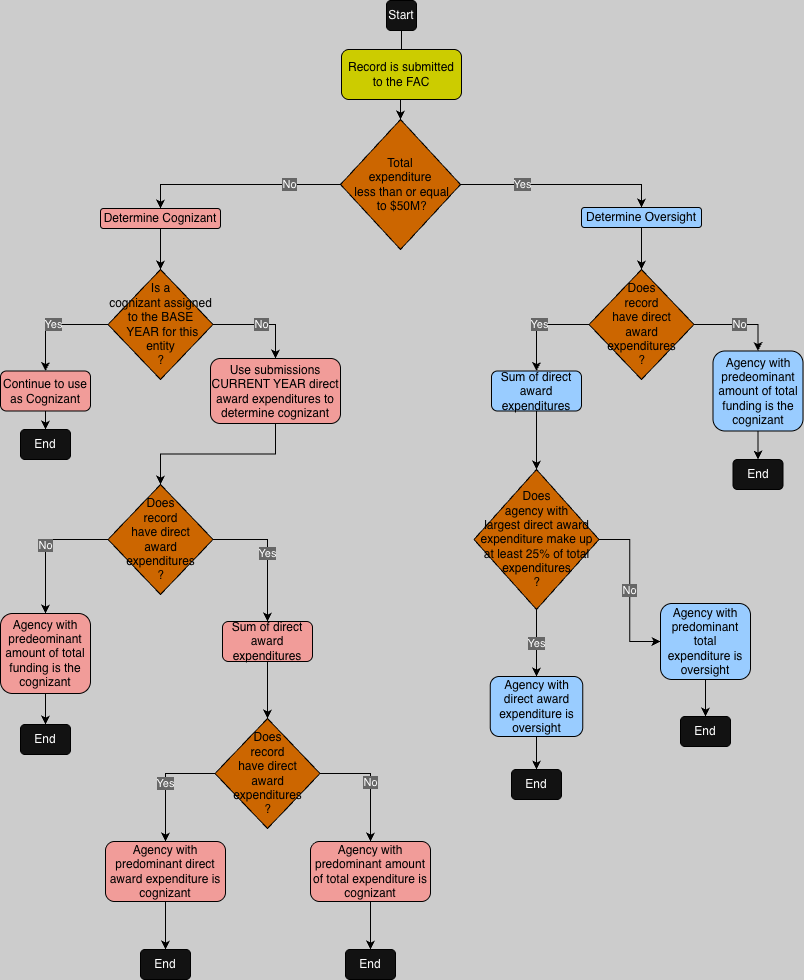
The draw.io diagram docs/cog_over.png in GSA-TTS/FAC, before a commit. Source tidied: cells renumbered, new cells last; positions are measured from the earlier drawing's top-left corner, leaving out a move shared by most shapes. The source it was exported from:
```xml
<mxGraphModel background="light-dark(#FFFFFF,#CCCCCC)">
  <root>
    <mxCell id="0" />
    <mxCell id="1" parent="0" />
    <mxCell id="2" value="Start" style="whiteSpace=wrap;html=1;labelBorderColor=none;strokeColor=light-dark(#FFFFFF,#000000);rounded=1;" parent="1" vertex="1">
      <mxGeometry x="386" width="30" height="30" as="geometry" />
    </mxCell>
    <mxCell id="3" value="End" style="rounded=1;whiteSpace=wrap;html=1;strokeColor=light-dark(#FFFFFF,#000000);" parent="1" vertex="1">
      <mxGeometry x="732.5" y="459" width="50" height="30" as="geometry" />
    </mxCell>
    <mxCell id="4" value="End" style="rounded=1;whiteSpace=wrap;html=1;strokeColor=light-dark(#FFFFFF,#000000);" parent="1" vertex="1">
      <mxGeometry x="20" y="429" width="50" height="30" as="geometry" />
    </mxCell>
    <mxCell id="5" value="Record is submitted to the FAC" style="rounded=1;whiteSpace=wrap;html=1;fillColor=light-dark(#FFFFFF,#CCCC00);strokeColor=light-dark(#FFFFFF,#000000);fontColor=light-dark(#FFFFFF,#000000);" parent="1" vertex="1">
      <mxGeometry x="341" y="49" width="120" height="50" as="geometry" />
    </mxCell>
    <mxCell id="6" style="endArrow=none;html=1;rounded=0;elbow=vertical;exitX=0.5;exitY=1;exitDx=0;exitDy=0;entryX=0.5;entryY=0;entryDx=0;entryDy=0;strokeColor=light-dark(#FFFFFF,#000000);" parent="1" edge="1" source="2" target="5">
      <mxGeometry relative="1" as="geometry" />
    </mxCell>
    <mxCell id="7" style="edgeStyle=orthogonalEdgeStyle;rounded=0;jettySize=auto;html=1;exitX=0;exitY=0.5;exitDx=0;exitDy=0;exitPerimeter=0;entryX=0.5;entryY=0;entryDx=0;entryDy=0;strokeColor=light-dark(#FFFFFF,#000000);" parent="1" edge="1" source="11" target="12">
      <mxGeometry relative="1" as="geometry" />
    </mxCell>
    <mxCell id="8" value="&lt;span style=&quot;background-color: light-dark(rgb(255, 255, 255), rgb(102, 102, 102));&quot;&gt;No&lt;/span&gt;" style="edgeLabel;html=1;align=center;verticalAlign=middle;" parent="7" vertex="1">
      <mxGeometry x="-0.49" y="-1" relative="1" as="geometry" />
    </mxCell>
    <mxCell id="9" style="edgeStyle=orthogonalEdgeStyle;rounded=0;jettySize=auto;html=1;exitX=1;exitY=0.5;exitDx=0;exitDy=0;exitPerimeter=0;entryX=0.5;entryY=0;entryDx=0;entryDy=0;strokeColor=light-dark(#FFFFFF,#000000);" parent="1" edge="1" source="11" target="13">
      <mxGeometry relative="1" as="geometry" />
    </mxCell>
    <mxCell id="10" value="&lt;span style=&quot;background-color: light-dark(rgb(255, 255, 255), rgb(102, 102, 102));&quot;&gt;Yes&lt;/span&gt;" style="edgeLabel;html=1;align=center;verticalAlign=middle;" parent="9" vertex="1">
      <mxGeometry x="-0.4" y="1" relative="1" as="geometry" />
    </mxCell>
    <mxCell id="11" value="Total &lt;br&gt;expenditure&lt;br&gt;&amp;nbsp;less than or equal&lt;br&gt;&amp;nbsp;to $50M?" style="strokeWidth=1;html=1;shape=mxgraph.flowchart.decision;whiteSpace=wrap;fillColor=light-dark(#FFFFFF,#CC6600);fontColor=light-dark(#FFFFFF,#000000);strokeColor=light-dark(#FFFFFF,#000000);" parent="1" vertex="1">
      <mxGeometry x="340" y="119" width="120" height="130" as="geometry" />
    </mxCell>
    <mxCell id="12" value="Determine Cognizant" style="rounded=1;whiteSpace=wrap;html=1;fillColor=light-dark(#FFFFFF,#F19C99);fontColor=light-dark(#FFFFFF,#000000);strokeColor=light-dark(#FFFFFF,#000000);" parent="1" vertex="1">
      <mxGeometry x="100" y="208" width="120" height="20" as="geometry" />
    </mxCell>
    <mxCell id="13" value="Determine Oversight" style="rounded=1;whiteSpace=wrap;html=1;fillColor=light-dark(#FFFFFF,#99CCFF);strokeColor=light-dark(#FFFFFF,#000000);fontColor=light-dark(#FFFFFF,#000000);" parent="1" vertex="1">
      <mxGeometry x="581" y="207" width="120" height="20" as="geometry" />
    </mxCell>
    <mxCell id="14" value="&lt;span style=&quot;background-color: light-dark(rgb(255, 255, 255), rgb(102, 102, 102));&quot;&gt;Yes&lt;/span&gt;" style="edgeStyle=orthogonalEdgeStyle;rounded=0;orthogonalLoop=1;jettySize=auto;html=1;exitX=0;exitY=0.5;exitDx=0;exitDy=0;exitPerimeter=0;entryX=0.5;entryY=0;entryDx=0;entryDy=0;strokeColor=light-dark(#FFFFFF,#000000);" parent="1" edge="1">
      <mxGeometry relative="1" as="geometry">
        <mxPoint x="107.5" y="324" as="sourcePoint" />
        <mxPoint x="45" y="370.5" as="targetPoint" />
      </mxGeometry>
    </mxCell>
    <mxCell id="15" value="No" style="edgeStyle=orthogonalEdgeStyle;rounded=0;jettySize=auto;html=1;exitX=1;exitY=0.5;exitDx=0;exitDy=0;exitPerimeter=0;strokeColor=light-dark(#FFFFFF,#000000);labelBackgroundColor=light-dark(#FFFFFF,#666666);" parent="1" edge="1" source="16" target="19">
      <mxGeometry relative="1" as="geometry" />
    </mxCell>
    <mxCell id="16" value="Is a &lt;br&gt;cognizant assigned to the BASE&lt;br&gt;&amp;nbsp;YEAR for this &lt;br&gt;entity&lt;br&gt;?" style="strokeWidth=1;html=1;shape=mxgraph.flowchart.decision;whiteSpace=wrap;fillColor=light-dark(#FFFFFF,#CC6600);fontColor=light-dark(#FFFFFF,#000000);strokeColor=light-dark(#FFFFFF,#000000);" parent="1" vertex="1">
      <mxGeometry x="107.5" y="269" width="105" height="110" as="geometry" />
    </mxCell>
    <mxCell id="17" style="edgeStyle=orthogonalEdgeStyle;rounded=0;jettySize=auto;html=1;exitX=0.5;exitY=1;exitDx=0;exitDy=0;entryX=0.5;entryY=0;entryDx=0;entryDy=0;strokeColor=light-dark(#FFFFFF,#000000);" parent="1" edge="1" source="18" target="4">
      <mxGeometry relative="1" as="geometry" />
    </mxCell>
    <mxCell id="18" value="Continue to use as Cognizant" style="rounded=1;whiteSpace=wrap;html=1;fillColor=light-dark(#FFFFFF,#F19C99);fontColor=light-dark(#FFFFFF,#000000);strokeColor=light-dark(#FFFFFF,#000000);" parent="1" vertex="1">
      <mxGeometry y="370.5" width="90" height="40" as="geometry" />
    </mxCell>
    <mxCell id="19" value="Use submissions CURRENT YEAR direct award expenditures to determine cognizant" style="rounded=1;whiteSpace=wrap;html=1;fillColor=light-dark(#FFFFFF,#F19C99);fontColor=light-dark(#FFFFFF,#000000);strokeColor=light-dark(#FFFFFF,#000000);" parent="1" vertex="1">
      <mxGeometry x="210" y="358" width="130" height="65" as="geometry" />
    </mxCell>
    <mxCell id="20" value="&lt;span style=&quot;background-color: light-dark(rgb(255, 255, 255), rgb(102, 102, 102));&quot;&gt;Yes&lt;/span&gt;" style="edgeStyle=orthogonalEdgeStyle;rounded=0;jettySize=auto;html=1;exitX=1;exitY=0.5;exitDx=0;exitDy=0;exitPerimeter=0;entryX=0.5;entryY=0;entryDx=0;entryDy=0;strokeColor=light-dark(#FFFFFF,#000000);" parent="1" edge="1" source="22" target="25">
      <mxGeometry relative="1" as="geometry" />
    </mxCell>
    <mxCell id="21" value="&lt;span style=&quot;background-color: light-dark(rgb(255, 255, 255), rgb(102, 102, 102));&quot;&gt;No&lt;/span&gt;" style="edgeStyle=orthogonalEdgeStyle;rounded=0;jettySize=auto;html=1;exitX=0;exitY=0.5;exitDx=0;exitDy=0;exitPerimeter=0;entryX=0.5;entryY=0;entryDx=0;entryDy=0;strokeColor=light-dark(#FFFFFF,#000000);" parent="1" edge="1" source="22" target="24">
      <mxGeometry relative="1" as="geometry" />
    </mxCell>
    <mxCell id="22" value="Does &lt;br&gt;record &lt;br&gt;have direct &lt;br&gt;award expenditures&lt;br&gt;?" style="strokeWidth=1;html=1;shape=mxgraph.flowchart.decision;whiteSpace=wrap;fillColor=light-dark(#FFFFFF,#CC6600);fontColor=light-dark(#FFFFFF,#000000);strokeColor=light-dark(#FFFFFF,#000000);" parent="1" vertex="1">
      <mxGeometry x="107.5" y="484" width="105" height="110" as="geometry" />
    </mxCell>
    <mxCell id="23" style="edgeStyle=orthogonalEdgeStyle;rounded=0;jettySize=auto;html=1;exitX=0.5;exitY=1;exitDx=0;exitDy=0;entryX=0.5;entryY=0;entryDx=0;entryDy=0;strokeColor=light-dark(#FFFFFF,#000000);" parent="1" edge="1" source="24" target="26">
      <mxGeometry relative="1" as="geometry">
        <Array as="points">
          <mxPoint x="45" y="699" />
          <mxPoint x="45" y="699" />
        </Array>
      </mxGeometry>
    </mxCell>
    <mxCell id="24" value="Agency with predeominant amount of total funding is the cognizant" style="rounded=1;whiteSpace=wrap;html=1;fillColor=light-dark(#FFFFFF,#F19C99);fontColor=light-dark(#FFFFFF,#000000);strokeColor=light-dark(#FFFFFF,#000000);" parent="1" vertex="1">
      <mxGeometry y="613" width="90" height="80" as="geometry" />
    </mxCell>
    <mxCell id="25" value="Sum of direct award expenditures" style="rounded=1;whiteSpace=wrap;html=1;fillColor=light-dark(#FFFFFF,#F19C99);fontColor=light-dark(#FFFFFF,#000000);strokeColor=light-dark(#FFFFFF,#000000);" parent="1" vertex="1">
      <mxGeometry x="222" y="621" width="90" height="40" as="geometry" />
    </mxCell>
    <mxCell id="26" value="End" style="rounded=1;whiteSpace=wrap;html=1;strokeColor=light-dark(#FFFFFF,#000000);" parent="1" vertex="1">
      <mxGeometry x="20" y="724" width="50" height="30" as="geometry" />
    </mxCell>
    <mxCell id="27" value="&lt;span style=&quot;background-color: light-dark(rgb(255, 255, 255), rgb(102, 102, 102));&quot;&gt;No&lt;/span&gt;" style="edgeStyle=orthogonalEdgeStyle;rounded=0;jettySize=auto;html=1;exitX=1;exitY=0.5;exitDx=0;exitDy=0;exitPerimeter=0;entryX=0.5;entryY=0;entryDx=0;entryDy=0;strokeColor=light-dark(#FFFFFF,#000000);" parent="1" edge="1" source="29" target="33">
      <mxGeometry relative="1" as="geometry" />
    </mxCell>
    <mxCell id="28" value="&lt;span style=&quot;background-color: light-dark(rgb(255, 255, 255), rgb(102, 102, 102));&quot;&gt;Yes&lt;/span&gt;" style="edgeStyle=orthogonalEdgeStyle;rounded=0;jettySize=auto;html=1;exitX=0;exitY=0.5;exitDx=0;exitDy=0;exitPerimeter=0;entryX=0.5;entryY=0;entryDx=0;entryDy=0;strokeColor=light-dark(#FFFFFF,#000000);" parent="1" edge="1" source="29" target="31">
      <mxGeometry relative="1" as="geometry" />
    </mxCell>
    <mxCell id="29" value="Does &lt;br&gt;record &lt;br&gt;have direct &lt;br&gt;award expenditures&lt;br&gt;?" style="strokeWidth=1;html=1;shape=mxgraph.flowchart.decision;whiteSpace=wrap;fillColor=light-dark(#FFFFFF,#CC6600);fontColor=light-dark(#FFFFFF,#000000);strokeColor=light-dark(#FFFFFF,#000000);" parent="1" vertex="1">
      <mxGeometry x="214.5" y="718" width="105" height="110" as="geometry" />
    </mxCell>
    <mxCell id="30" style="edgeStyle=orthogonalEdgeStyle;rounded=0;jettySize=auto;html=1;exitX=0.5;exitY=1;exitDx=0;exitDy=0;entryX=0.5;entryY=0;entryDx=0;entryDy=0;strokeColor=light-dark(#FFFFFF,#000000);" parent="1" edge="1" source="31" target="34">
      <mxGeometry relative="1" as="geometry" />
    </mxCell>
    <mxCell id="31" value="Agency with predominant direct award expend&lt;span style=&quot;color: rgba(0, 0, 0, 0); font-family: monospace; font-size: 0px; text-align: start; white-space: nowrap;&quot;&gt;%3CmxGraphModel%3E%3Croot%3E%3CmxCell%20id%3D%220%22%2F%3E%3CmxCell%20id%3D%221%22%20parent%3D%220%22%2F%3E%3CmxCell%20id%3D%222%22%20parent%3D%221%22%20style%3D%22strokeWidth%3D2%3Bhtml%3D1%3Bshape%3Dmxgraph.flowchart.decision%3BwhiteSpace%3Dwrap%3B%22%20value%3D%22Does%20%26lt%3Bbr%26gt%3Brecord%20%26lt%3Bbr%26gt%3Bhave%20direct%20%26lt%3Bbr%26gt%3Baward%20expenditures%26lt%3Bbr%26gt%3B%3F%22%20vertex%3D%221%22%3E%3CmxGeometry%20height%3D%22110%22%20width%3D%22105%22%20x%3D%22117%22%20y%3D%22580%22%20as%3D%22geometry%22%2F%3E%3C%2FmxCell%3E%3C%2Froot%3E%3C%2FmxGraphModel%3E&lt;/span&gt;iture is cognizant" style="rounded=1;whiteSpace=wrap;html=1;fillColor=light-dark(#FFFFFF,#F19C99);fontColor=light-dark(#FFFFFF,#000000);strokeColor=light-dark(#FFFFFF,#000000);" parent="1" vertex="1">
      <mxGeometry x="105" y="841" width="120" height="60" as="geometry" />
    </mxCell>
    <mxCell id="32" style="edgeStyle=orthogonalEdgeStyle;rounded=0;jettySize=auto;html=1;exitX=0.5;exitY=1;exitDx=0;exitDy=0;entryX=0.5;entryY=0;entryDx=0;entryDy=0;strokeColor=light-dark(#FFFFFF,#000000);" parent="1" edge="1" source="33" target="35">
      <mxGeometry relative="1" as="geometry" />
    </mxCell>
    <mxCell id="33" value="Agency with predominant amount of total expenditure is cognizant" style="rounded=1;whiteSpace=wrap;html=1;fillColor=light-dark(#FFFFFF,#F19C99);fontColor=light-dark(#FFFFFF,#000000);strokeColor=light-dark(#FFFFFF,#000000);" parent="1" vertex="1">
      <mxGeometry x="310" y="841" width="120" height="60" as="geometry" />
    </mxCell>
    <mxCell id="34" value="End" style="rounded=1;whiteSpace=wrap;html=1;strokeColor=light-dark(#FFFFFF,#000000);" parent="1" vertex="1">
      <mxGeometry x="140" y="949" width="50" height="30" as="geometry" />
    </mxCell>
    <mxCell id="35" value="End" style="rounded=1;whiteSpace=wrap;html=1;strokeColor=light-dark(#FFFFFF,#000000);" parent="1" vertex="1">
      <mxGeometry x="345" y="949" width="50" height="30" as="geometry" />
    </mxCell>
    <mxCell id="36" value="&lt;span style=&quot;background-color: light-dark(rgb(255, 255, 255), rgb(102, 102, 102));&quot;&gt;No&lt;/span&gt;" style="edgeStyle=orthogonalEdgeStyle;rounded=0;jettySize=auto;html=1;exitX=1;exitY=0.5;exitDx=0;exitDy=0;exitPerimeter=0;entryX=0.5;entryY=0;entryDx=0;entryDy=0;strokeColor=light-dark(#FFFFFF,#000000);" parent="1" edge="1" source="38" target="42">
      <mxGeometry relative="1" as="geometry" />
    </mxCell>
    <mxCell id="37" value="&lt;span style=&quot;background-color: light-dark(rgb(255, 255, 255), rgb(102, 102, 102));&quot;&gt;Yes&lt;/span&gt;" style="edgeStyle=orthogonalEdgeStyle;rounded=0;jettySize=auto;html=1;exitX=0;exitY=0.5;exitDx=0;exitDy=0;exitPerimeter=0;entryX=0.5;entryY=0;entryDx=0;entryDy=0;strokeColor=light-dark(#FFFFFF,#000000);" parent="1" edge="1" source="38" target="40">
      <mxGeometry relative="1" as="geometry" />
    </mxCell>
    <mxCell id="38" value="Does &lt;br&gt;record &lt;br&gt;have direct &lt;br&gt;award expenditures&lt;br&gt;?" style="strokeWidth=1;html=1;shape=mxgraph.flowchart.decision;whiteSpace=wrap;fillColor=light-dark(#FFFFFF,#CC6600);fontColor=light-dark(#FFFFFF,#000000);strokeColor=light-dark(#FFFFFF,#000000);" parent="1" vertex="1">
      <mxGeometry x="588.5" y="269" width="105" height="110" as="geometry" />
    </mxCell>
    <mxCell id="39" style="edgeStyle=orthogonalEdgeStyle;rounded=0;jettySize=auto;html=1;exitX=0.5;exitY=1;exitDx=0;exitDy=0;entryX=0.5;entryY=0;entryDx=0;entryDy=0;entryPerimeter=0;strokeColor=light-dark(#FFFFFF,#000000);" parent="1" edge="1" source="40" target="47">
      <mxGeometry relative="1" as="geometry" />
    </mxCell>
    <mxCell id="40" value="Sum of direct award expenditures" style="rounded=1;whiteSpace=wrap;html=1;fillColor=light-dark(#FFFFFF,#99CCFF);strokeColor=light-dark(#FFFFFF,#000000);fontColor=light-dark(#FFFFFF,#000000);" parent="1" vertex="1">
      <mxGeometry x="491" y="370.5" width="90" height="40" as="geometry" />
    </mxCell>
    <mxCell id="41" style="edgeStyle=orthogonalEdgeStyle;rounded=0;jettySize=auto;html=1;exitX=0.5;exitY=1;exitDx=0;exitDy=0;entryX=0.5;entryY=0;entryDx=0;entryDy=0;strokeColor=light-dark(#FFFFFF,#000000);" parent="1" edge="1" source="42" target="3">
      <mxGeometry relative="1" as="geometry" />
    </mxCell>
    <mxCell id="42" value="Agency with predeominant amount of total funding is the cognizant" style="rounded=1;whiteSpace=wrap;html=1;fillColor=light-dark(#FFFFFF,#99CCFF);strokeColor=light-dark(#FFFFFF,#000000);fontColor=light-dark(#FFFFFF,#000000);" parent="1" vertex="1">
      <mxGeometry x="712.5" y="350.5" width="90" height="80" as="geometry" />
    </mxCell>
    <mxCell id="43" style="edgeStyle=orthogonalEdgeStyle;rounded=0;jettySize=auto;html=1;exitX=0.5;exitY=1;exitDx=0;exitDy=0;entryX=0.5;entryY=0;entryDx=0;entryDy=0;entryPerimeter=0;strokeColor=light-dark(#FFFFFF,#000000);" parent="1" edge="1" source="13" target="38">
      <mxGeometry relative="1" as="geometry" />
    </mxCell>
    <mxCell id="44" style="edgeStyle=orthogonalEdgeStyle;rounded=0;jettySize=auto;html=1;exitX=0.5;exitY=1;exitDx=0;exitDy=0;entryX=0.5;entryY=0;entryDx=0;entryDy=0;entryPerimeter=0;strokeColor=light-dark(#FFFFFF,#000000);" parent="1" edge="1" source="12" target="16">
      <mxGeometry relative="1" as="geometry" />
    </mxCell>
    <mxCell id="45" value="&lt;span style=&quot;background-color: light-dark(rgb(255, 255, 255), rgb(102, 102, 102));&quot;&gt;No&lt;/span&gt;" style="edgeStyle=orthogonalEdgeStyle;rounded=0;jettySize=auto;html=1;exitX=1;exitY=0.5;exitDx=0;exitDy=0;exitPerimeter=0;entryX=0;entryY=0.5;entryDx=0;entryDy=0;strokeColor=light-dark(#FFFFFF,#000000);" parent="1" edge="1" source="47" target="53">
      <mxGeometry relative="1" as="geometry" />
    </mxCell>
    <mxCell id="46" value="&lt;span style=&quot;background-color: light-dark(rgb(255, 255, 255), rgb(102, 102, 102));&quot;&gt;Yes&lt;/span&gt;" style="edgeStyle=orthogonalEdgeStyle;rounded=0;jettySize=auto;html=1;exitX=0.5;exitY=1;exitDx=0;exitDy=0;exitPerimeter=0;entryX=0.5;entryY=0;entryDx=0;entryDy=0;strokeColor=light-dark(#FFFFFF,#000000);" parent="1" edge="1" source="47" target="51">
      <mxGeometry relative="1" as="geometry" />
    </mxCell>
    <mxCell id="47" value="Does &lt;br&gt;agency with &lt;br&gt;largest direct award expenditure make up at least 25% of total expenditures&lt;br&gt;?" style="strokeWidth=1;html=1;shape=mxgraph.flowchart.decision;whiteSpace=wrap;fillColor=light-dark(#FFFFFF,#CC6600);fontColor=light-dark(#FFFFFF,#000000);strokeColor=light-dark(#FFFFFF,#000000);" parent="1" vertex="1">
      <mxGeometry x="473.5" y="469" width="125" height="140" as="geometry" />
    </mxCell>
    <mxCell id="48" value="End" style="rounded=1;whiteSpace=wrap;html=1;strokeColor=light-dark(#FFFFFF,#000000);" parent="1" vertex="1">
      <mxGeometry x="680" y="716" width="50" height="30" as="geometry" />
    </mxCell>
    <mxCell id="49" value="End" style="rounded=1;whiteSpace=wrap;html=1;strokeColor=light-dark(#FFFFFF,#000000);" parent="1" vertex="1">
      <mxGeometry x="511" y="769" width="50" height="30" as="geometry" />
    </mxCell>
    <mxCell id="50" style="edgeStyle=orthogonalEdgeStyle;rounded=0;jettySize=auto;html=1;entryX=0.5;entryY=0;entryDx=0;entryDy=0;strokeColor=light-dark(#FFFFFF,#000000);" parent="1" edge="1" source="51" target="49">
      <mxGeometry relative="1" as="geometry" />
    </mxCell>
    <mxCell id="51" value="Agency with direct award expenditure is oversight" style="rounded=1;whiteSpace=wrap;html=1;fillColor=light-dark(#FFFFFF,#99CCFF);strokeColor=light-dark(#FFFFFF,#000000);fontColor=light-dark(#FFFFFF,#000000);" parent="1" vertex="1">
      <mxGeometry x="489.8" y="676" width="92.5" height="60" as="geometry" />
    </mxCell>
    <mxCell id="52" style="edgeStyle=orthogonalEdgeStyle;rounded=0;jettySize=auto;html=1;exitX=0.5;exitY=1;exitDx=0;exitDy=0;strokeColor=light-dark(#FFFFFF,#000000);" parent="1" edge="1" source="53" target="48">
      <mxGeometry relative="1" as="geometry" />
    </mxCell>
    <mxCell id="53" value="Agency with predominant total expenditure is oversight" style="rounded=1;whiteSpace=wrap;html=1;fillColor=light-dark(#FFFFFF,#99CCFF);strokeColor=light-dark(#FFFFFF,#000000);fontColor=light-dark(#FFFFFF,#000000);" parent="1" vertex="1">
      <mxGeometry x="660" y="603" width="90" height="76" as="geometry" />
    </mxCell>
    <mxCell id="54" style="edgeStyle=orthogonalEdgeStyle;rounded=0;jettySize=auto;html=1;exitX=0.5;exitY=1;exitDx=0;exitDy=0;entryX=0.5;entryY=0;entryDx=0;entryDy=0;entryPerimeter=0;strokeColor=light-dark(#FFFFFF,#000000);" parent="1" edge="1" source="25" target="29">
      <mxGeometry relative="1" as="geometry" />
    </mxCell>
    <mxCell id="55" style="edgeStyle=orthogonalEdgeStyle;rounded=0;jettySize=auto;html=1;exitX=0.5;exitY=1;exitDx=0;exitDy=0;entryX=0.5;entryY=0;entryDx=0;entryDy=0;entryPerimeter=0;strokeColor=light-dark(#FFFFFF,#000000);" parent="1" edge="1" source="19" target="22">
      <mxGeometry relative="1" as="geometry" />
    </mxCell>
    <mxCell id="56" style="edgeStyle=orthogonalEdgeStyle;rounded=0;jettySize=auto;html=1;exitX=0.5;exitY=1;exitDx=0;exitDy=0;entryX=0.5;entryY=0;entryDx=0;entryDy=0;entryPerimeter=0;strokeColor=light-dark(#FFFFFF,#000000);" parent="1" edge="1" source="5" target="11">
      <mxGeometry relative="1" as="geometry" />
    </mxCell>
  </root>
</mxGraphModel>
```
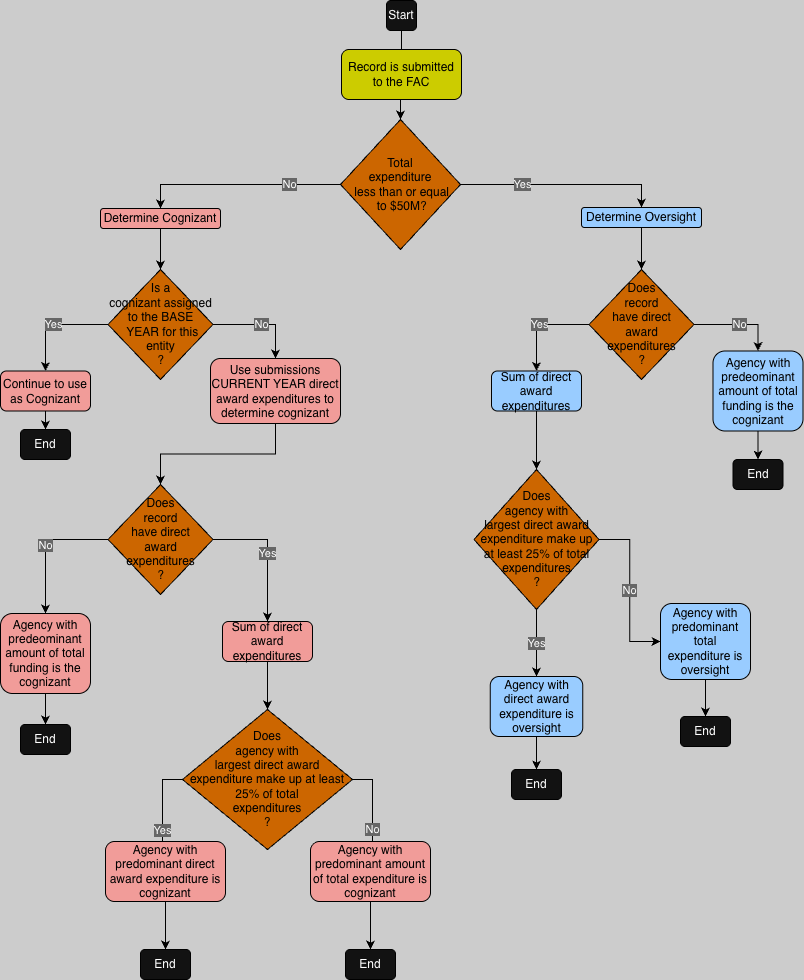
After the change.

What changed in the source:
```diff
@@ -91,8 +91,8 @@
     <mxCell id="28" value="&lt;span style=&quot;background-color: light-dark(rgb(255, 255, 255), rgb(102, 102, 102));&quot;&gt;Yes&lt;/span&gt;" style="edgeStyle=orthogonalEdgeStyle;rounded=0;jettySize=auto;html=1;exitX=0;exitY=0.5;exitDx=0;exitDy=0;exitPerimeter=0;entryX=0.5;entryY=0;entryDx=0;entryDy=0;strokeColor=light-dark(#FFFFFF,#000000);" parent="1" edge="1" source="29" target="31">
       <mxGeometry relative="1" as="geometry" />
     </mxCell>
-    <mxCell id="29" value="Does &lt;br&gt;record &lt;br&gt;have direct &lt;br&gt;award expenditures&lt;br&gt;?" style="strokeWidth=1;html=1;shape=mxgraph.flowchart.decision;whiteSpace=wrap;fillColor=light-dark(#FFFFFF,#CC6600);fontColor=light-dark(#FFFFFF,#000000);strokeColor=light-dark(#FFFFFF,#000000);" parent="1" vertex="1">
-      <mxGeometry x="214.5" y="718" width="105" height="110" as="geometry" />
+    <mxCell id="29" value="Does&lt;br&gt;agency with&lt;br&gt;largest direct award expenditure make up at least 25% of total &lt;br&gt;expenditures&lt;br&gt;?" style="strokeWidth=1;html=1;shape=mxgraph.flowchart.decision;whiteSpace=wrap;fillColor=light-dark(#FFFFFF,#CC6600);fontColor=light-dark(#FFFFFF,#000000);strokeColor=light-dark(#FFFFFF,#000000);" parent="1" vertex="1">
+      <mxGeometry x="182" y="709" width="170" height="140" as="geometry" />
     </mxCell>
     <mxCell id="30" style="edgeStyle=orthogonalEdgeStyle;rounded=0;jettySize=auto;html=1;exitX=0.5;exitY=1;exitDx=0;exitDy=0;entryX=0.5;entryY=0;entryDx=0;entryDy=0;strokeColor=light-dark(#FFFFFF,#000000);" parent="1" edge="1" source="31" target="34">
       <mxGeometry relative="1" as="geometry" />
```
